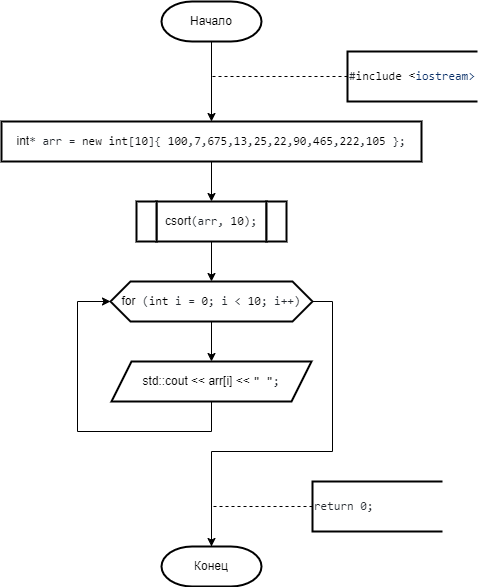
Above: 2 Семестр/Labs/№9 Сложные сортировки быстрая (Хоара), слиянием, подсчетом, блочная, Шелла/Слиянием.png in IlyaFedoseev227/LABS-PNRPU-IVT-22-1b (draw.io), before the change. Source tidied: cells renumbered, new cells last; positions are measured from the earlier drawing's top-left corner, leaving out a move shared by most shapes.
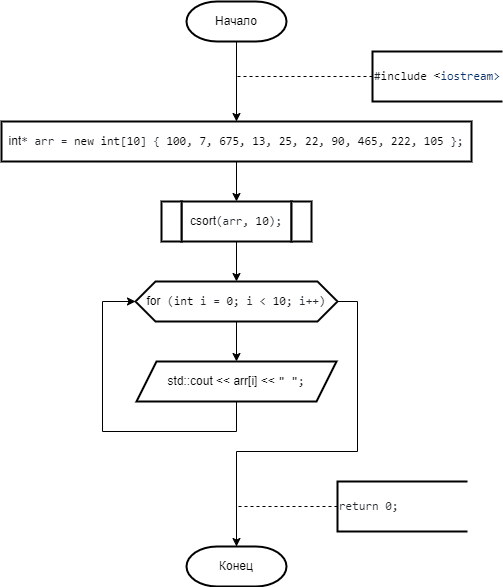
The same file after the commit.

What changed in the source:
```diff
@@ -21,8 +21,8 @@
     <mxCell id="6" style="edgeStyle=orthogonalEdgeStyle;rounded=0;jettySize=auto;html=1;exitX=0.5;exitY=1;exitDx=0;exitDy=0;entryX=0.5;entryY=0;entryDx=0;entryDy=0;" parent="1" edge="1" source="7" target="9">
       <mxGeometry relative="1" as="geometry" />
     </mxCell>
-    <mxCell id="7" value="&lt;div style=&quot;text-align: start;&quot;&gt;int&lt;span style=&quot;color: rgb(36, 41, 47); font-family: ui-monospace, SFMono-Regular, &amp;quot;SF Mono&amp;quot;, Menlo, Consolas, &amp;quot;Liberation Mono&amp;quot;, monospace; background-color: rgb(255, 255, 255);&quot;&gt;* arr = &lt;/span&gt;&lt;span style=&quot;box-sizing: border-box; color: var(--color-prettylights-syntax-keyword); font-family: ui-monospace, SFMono-Regular, &amp;quot;SF Mono&amp;quot;, Menlo, Consolas, &amp;quot;Liberation Mono&amp;quot;, monospace; background-color: rgb(255, 255, 255);&quot; class=&quot;pl-k&quot;&gt;new&lt;/span&gt;&lt;span style=&quot;color: rgb(36, 41, 47); font-family: ui-monospace, SFMono-Regular, &amp;quot;SF Mono&amp;quot;, Menlo, Consolas, &amp;quot;Liberation Mono&amp;quot;, monospace; background-color: rgb(255, 255, 255);&quot;&gt; &lt;/span&gt;&lt;span style=&quot;box-sizing: border-box; color: var(--color-prettylights-syntax-keyword); font-family: ui-monospace, SFMono-Regular, &amp;quot;SF Mono&amp;quot;, Menlo, Consolas, &amp;quot;Liberation Mono&amp;quot;, monospace; background-color: rgb(255, 255, 255);&quot; class=&quot;pl-k&quot;&gt;int&lt;/span&gt;&lt;span style=&quot;color: rgb(36, 41, 47); font-family: ui-monospace, SFMono-Regular, &amp;quot;SF Mono&amp;quot;, Menlo, Consolas, &amp;quot;Liberation Mono&amp;quot;, monospace; background-color: rgb(255, 255, 255);&quot;&gt;[&lt;/span&gt;&lt;span style=&quot;box-sizing: border-box; color: var(--color-prettylights-syntax-constant); font-family: ui-monospace, SFMono-Regular, &amp;quot;SF Mono&amp;quot;, Menlo, Consolas, &amp;quot;Liberation Mono&amp;quot;, monospace; background-color: rgb(255, 255, 255);&quot; class=&quot;pl-c1&quot;&gt;10&lt;/span&gt;&lt;span style=&quot;color: rgb(36, 41, 47); font-family: ui-monospace, SFMono-Regular, &amp;quot;SF Mono&amp;quot;, Menlo, Consolas, &amp;quot;Liberation Mono&amp;quot;, monospace; background-color: rgb(255, 255, 255);&quot;&gt;]{ &lt;/span&gt;&lt;span style=&quot;box-sizing: border-box; color: var(--color-prettylights-syntax-constant); font-family: ui-monospace, SFMono-Regular, &amp;quot;SF Mono&amp;quot;, Menlo, Consolas, &amp;quot;Liberation Mono&amp;quot;, monospace; background-color: rgb(255, 255, 255);&quot; class=&quot;pl-c1&quot;&gt;100&lt;/span&gt;&lt;span style=&quot;color: rgb(36, 41, 47); font-family: ui-monospace, SFMono-Regular, &amp;quot;SF Mono&amp;quot;, Menlo, Consolas, &amp;quot;Liberation Mono&amp;quot;, monospace; background-color: rgb(255, 255, 255);&quot;&gt;,&lt;/span&gt;&lt;span style=&quot;box-sizing: border-box; color: var(--color-prettylights-syntax-constant); font-family: ui-monospace, SFMono-Regular, &amp;quot;SF Mono&amp;quot;, Menlo, Consolas, &amp;quot;Liberation Mono&amp;quot;, monospace; background-color: rgb(255, 255, 255);&quot; class=&quot;pl-c1&quot;&gt;7&lt;/span&gt;&lt;span style=&quot;color: rgb(36, 41, 47); font-family: ui-monospace, SFMono-Regular, &amp;quot;SF Mono&amp;quot;, Menlo, Consolas, &amp;quot;Liberation Mono&amp;quot;, monospace; background-color: rgb(255, 255, 255);&quot;&gt;,&lt;/span&gt;&lt;span style=&quot;box-sizing: border-box; color: var(--color-prettylights-syntax-constant); font-family: ui-monospace, SFMono-Regular, &amp;quot;SF Mono&amp;quot;, Menlo, Consolas, &amp;quot;Liberation Mono&amp;quot;, monospace; background-color: rgb(255, 255, 255);&quot; class=&quot;pl-c1&quot;&gt;675&lt;/span&gt;&lt;span style=&quot;color: rgb(36, 41, 47); font-family: ui-monospace, SFMono-Regular, &amp;quot;SF Mono&amp;quot;, Menlo, Consolas, &amp;quot;Liberation Mono&amp;quot;, monospace; background-color: rgb(255, 255, 255);&quot;&gt;,&lt;/span&gt;&lt;span style=&quot;box-sizing: border-box; color: var(--color-prettylights-syntax-constant); font-family: ui-monospace, SFMono-Regular, &amp;quot;SF Mono&amp;quot;, Menlo, Consolas, &amp;quot;Liberation Mono&amp;quot;, monospace; background-color: rgb(255, 255, 255);&quot; class=&quot;pl-c1&quot;&gt;13&lt;/span&gt;&lt;span style=&quot;color: rgb(36, 41, 47); font-family: ui-monospace, SFMono-Regular, &amp;quot;SF Mono&amp;quot;, Menlo, Consolas, &amp;quot;Liberation Mono&amp;quot;, monospace; background-color: rgb(255, 255, 255);&quot;&gt;,&lt;/span&gt;&lt;span style=&quot;box-sizing: border-box; color: var(--color-prettylights-syntax-constant); font-family: ui-monospace, SFMono-Regular, &amp;quot;SF Mono&amp;quot;, Menlo, Consolas, &amp;quot;Liberation Mono&amp;quot;, monospace; background-color: rgb(255, 255, 255);&quot; class=&quot;pl-c1&quot;&gt;25&lt;/span&gt;&lt;span style=&quot;color: rgb(36, 41, 47); font-family: ui-monospace, SFMono-Regular, &amp;quot;SF Mono&amp;quot;, Menlo, Consolas, &amp;quot;Liberation Mono&amp;quot;, monospace; background-color: rgb(255, 255, 255);&quot;&gt;,&lt;/span&gt;&lt;span style=&quot;box-sizing: border-box; color: var(--color-prettylights-syntax-constant); font-family: ui-monospace, SFMono-Regular, &amp;quot;SF Mono&amp;quot;, Menlo, Consolas, &amp;quot;Liberation Mono&amp;quot;, monospace; background-color: rgb(255, 255, 255);&quot; class=&quot;pl-c1&quot;&gt;22&lt;/span&gt;&lt;span style=&quot;color: rgb(36, 41, 47); font-family: ui-monospace, SFMono-Regular, &amp;quot;SF Mono&amp;quot;, Menlo, Consolas, &amp;quot;Liberation Mono&amp;quot;, monospace; background-color: rgb(255, 255, 255);&quot;&gt;,&lt;/span&gt;&lt;span style=&quot;box-sizing: border-box; color: var(--color-prettylights-syntax-constant); font-family: ui-monospace, SFMono-Regular, &amp;quot;SF Mono&amp;quot;, Menlo, Consolas, &amp;quot;Liberation Mono&amp;quot;, monospace; background-color: rgb(255, 255, 255);&quot; class=&quot;pl-c1&quot;&gt;90&lt;/span&gt;&lt;span style=&quot;color: rgb(36, 41, 47); font-family: ui-monospace, SFMono-Regular, &amp;quot;SF Mono&amp;quot;, Menlo, Consolas, &amp;quot;Liberation Mono&amp;quot;, monospace; background-color: rgb(255, 255, 255);&quot;&gt;,&lt;/span&gt;&lt;span style=&quot;box-sizing: border-box; color: var(--color-prettylights-syntax-constant); font-family: ui-monospace, SFMono-Regular, &amp;quot;SF Mono&amp;quot;, Menlo, Consolas, &amp;quot;Liberation Mono&amp;quot;, monospace; background-color: rgb(255, 255, 255);&quot; class=&quot;pl-c1&quot;&gt;465&lt;/span&gt;&lt;span style=&quot;color: rgb(36, 41, 47); font-family: ui-monospace, SFMono-Regular, &amp;quot;SF Mono&amp;quot;, Menlo, Consolas, &amp;quot;Liberation Mono&amp;quot;, monospace; background-color: rgb(255, 255, 255);&quot;&gt;,&lt;/span&gt;&lt;span style=&quot;box-sizing: border-box; color: var(--color-prettylights-syntax-constant); font-family: ui-monospace, SFMono-Regular, &amp;quot;SF Mono&amp;quot;, Menlo, Consolas, &amp;quot;Liberation Mono&amp;quot;, monospace; background-color: rgb(255, 255, 255);&quot; class=&quot;pl-c1&quot;&gt;222&lt;/span&gt;&lt;span style=&quot;color: rgb(36, 41, 47); font-family: ui-monospace, SFMono-Regular, &amp;quot;SF Mono&amp;quot;, Menlo, Consolas, &amp;quot;Liberation Mono&amp;quot;, monospace; background-color: rgb(255, 255, 255);&quot;&gt;,&lt;/span&gt;&lt;span style=&quot;box-sizing: border-box; color: var(--color-prettylights-syntax-constant); font-family: ui-monospace, SFMono-Regular, &amp;quot;SF Mono&amp;quot;, Menlo, Consolas, &amp;quot;Liberation Mono&amp;quot;, monospace; background-color: rgb(255, 255, 255);&quot; class=&quot;pl-c1&quot;&gt;105&lt;/span&gt;&lt;span style=&quot;color: rgb(36, 41, 47); font-family: ui-monospace, SFMono-Regular, &amp;quot;SF Mono&amp;quot;, Menlo, Consolas, &amp;quot;Liberation Mono&amp;quot;, monospace; background-color: rgb(255, 255, 255);&quot;&gt; };&lt;/span&gt;&lt;br&gt;&lt;/div&gt;" style="shape=parallelogram;perimeter=parallelogramPerimeter;whiteSpace=wrap;html=1;fixedSize=1;strokeWidth=2;size=-6;" parent="1" vertex="1">
-      <mxGeometry y="120" width="420" height="40" as="geometry" />
+    <mxCell id="7" value="&lt;div style=&quot;text-align: start;&quot;&gt;int&lt;span style=&quot;color: rgb(36, 41, 47); font-family: ui-monospace, SFMono-Regular, &amp;quot;SF Mono&amp;quot;, Menlo, Consolas, &amp;quot;Liberation Mono&amp;quot;, monospace; background-color: rgb(255, 255, 255);&quot;&gt;* arr = &lt;/span&gt;&lt;span style=&quot;box-sizing: border-box; color: var(--color-prettylights-syntax-keyword); font-family: ui-monospace, SFMono-Regular, &amp;quot;SF Mono&amp;quot;, Menlo, Consolas, &amp;quot;Liberation Mono&amp;quot;, monospace; background-color: rgb(255, 255, 255);&quot; class=&quot;pl-k&quot;&gt;new&lt;/span&gt;&lt;span style=&quot;color: rgb(36, 41, 47); font-family: ui-monospace, SFMono-Regular, &amp;quot;SF Mono&amp;quot;, Menlo, Consolas, &amp;quot;Liberation Mono&amp;quot;, monospace; background-color: rgb(255, 255, 255);&quot;&gt; &lt;/span&gt;&lt;span style=&quot;box-sizing: border-box; color: var(--color-prettylights-syntax-keyword); font-family: ui-monospace, SFMono-Regular, &amp;quot;SF Mono&amp;quot;, Menlo, Consolas, &amp;quot;Liberation Mono&amp;quot;, monospace; background-color: rgb(255, 255, 255);&quot; class=&quot;pl-k&quot;&gt;int&lt;/span&gt;&lt;span style=&quot;color: rgb(36, 41, 47); font-family: ui-monospace, SFMono-Regular, &amp;quot;SF Mono&amp;quot;, Menlo, Consolas, &amp;quot;Liberation Mono&amp;quot;, monospace; background-color: rgb(255, 255, 255);&quot;&gt;[&lt;/span&gt;&lt;span style=&quot;box-sizing: border-box; color: var(--color-prettylights-syntax-constant); font-family: ui-monospace, SFMono-Regular, &amp;quot;SF Mono&amp;quot;, Menlo, Consolas, &amp;quot;Liberation Mono&amp;quot;, monospace; background-color: rgb(255, 255, 255);&quot; class=&quot;pl-c1&quot;&gt;10&lt;/span&gt;&lt;span style=&quot;color: rgb(36, 41, 47); font-family: ui-monospace, SFMono-Regular, &amp;quot;SF Mono&amp;quot;, Menlo, Consolas, &amp;quot;Liberation Mono&amp;quot;, monospace; background-color: rgb(255, 255, 255);&quot;&gt;] { &lt;/span&gt;&lt;span style=&quot;box-sizing: border-box; color: var(--color-prettylights-syntax-constant); font-family: ui-monospace, SFMono-Regular, &amp;quot;SF Mono&amp;quot;, Menlo, Consolas, &amp;quot;Liberation Mono&amp;quot;, monospace; background-color: rgb(255, 255, 255);&quot; class=&quot;pl-c1&quot;&gt;100&lt;/span&gt;&lt;span style=&quot;color: rgb(36, 41, 47); font-family: ui-monospace, SFMono-Regular, &amp;quot;SF Mono&amp;quot;, Menlo, Consolas, &amp;quot;Liberation Mono&amp;quot;, monospace; background-color: rgb(255, 255, 255);&quot;&gt;, &lt;/span&gt;&lt;span style=&quot;box-sizing: border-box; color: var(--color-prettylights-syntax-constant); font-family: ui-monospace, SFMono-Regular, &amp;quot;SF Mono&amp;quot;, Menlo, Consolas, &amp;quot;Liberation Mono&amp;quot;, monospace; background-color: rgb(255, 255, 255);&quot; class=&quot;pl-c1&quot;&gt;7&lt;/span&gt;&lt;span style=&quot;color: rgb(36, 41, 47); font-family: ui-monospace, SFMono-Regular, &amp;quot;SF Mono&amp;quot;, Menlo, Consolas, &amp;quot;Liberation Mono&amp;quot;, monospace; background-color: rgb(255, 255, 255);&quot;&gt;, &lt;/span&gt;&lt;span style=&quot;box-sizing: border-box; color: var(--color-prettylights-syntax-constant); font-family: ui-monospace, SFMono-Regular, &amp;quot;SF Mono&amp;quot;, Menlo, Consolas, &amp;quot;Liberation Mono&amp;quot;, monospace; background-color: rgb(255, 255, 255);&quot; class=&quot;pl-c1&quot;&gt;675&lt;/span&gt;&lt;span style=&quot;color: rgb(36, 41, 47); font-family: ui-monospace, SFMono-Regular, &amp;quot;SF Mono&amp;quot;, Menlo, Consolas, &amp;quot;Liberation Mono&amp;quot;, monospace; background-color: rgb(255, 255, 255);&quot;&gt;, &lt;/span&gt;&lt;span style=&quot;box-sizing: border-box; color: var(--color-prettylights-syntax-constant); font-family: ui-monospace, SFMono-Regular, &amp;quot;SF Mono&amp;quot;, Menlo, Consolas, &amp;quot;Liberation Mono&amp;quot;, monospace; background-color: rgb(255, 255, 255);&quot; class=&quot;pl-c1&quot;&gt;13&lt;/span&gt;&lt;span style=&quot;color: rgb(36, 41, 47); font-family: ui-monospace, SFMono-Regular, &amp;quot;SF Mono&amp;quot;, Menlo, Consolas, &amp;quot;Liberation Mono&amp;quot;, monospace; background-color: rgb(255, 255, 255);&quot;&gt;, &lt;/span&gt;&lt;span style=&quot;box-sizing: border-box; color: var(--color-prettylights-syntax-constant); font-family: ui-monospace, SFMono-Regular, &amp;quot;SF Mono&amp;quot;, Menlo, Consolas, &amp;quot;Liberation Mono&amp;quot;, monospace; background-color: rgb(255, 255, 255);&quot; class=&quot;pl-c1&quot;&gt;25&lt;/span&gt;&lt;span style=&quot;color: rgb(36, 41, 47); font-family: ui-monospace, SFMono-Regular, &amp;quot;SF Mono&amp;quot;, Menlo, Consolas, &amp;quot;Liberation Mono&amp;quot;, monospace; background-color: rgb(255, 255, 255);&quot;&gt;, &lt;/span&gt;&lt;span style=&quot;box-sizing: border-box; color: var(--color-prettylights-syntax-constant); font-family: ui-monospace, SFMono-Regular, &amp;quot;SF Mono&amp;quot;, Menlo, Consolas, &amp;quot;Liberation Mono&amp;quot;, monospace; background-color: rgb(255, 255, 255);&quot; class=&quot;pl-c1&quot;&gt;22&lt;/span&gt;&lt;span style=&quot;color: rgb(36, 41, 47); font-family: ui-monospace, SFMono-Regular, &amp;quot;SF Mono&amp;quot;, Menlo, Consolas, &amp;quot;Liberation Mono&amp;quot;, monospace; background-color: rgb(255, 255, 255);&quot;&gt;, &lt;/span&gt;&lt;span style=&quot;box-sizing: border-box; color: var(--color-prettylights-syntax-constant); font-family: ui-monospace, SFMono-Regular, &amp;quot;SF Mono&amp;quot;, Menlo, Consolas, &amp;quot;Liberation Mono&amp;quot;, monospace; background-color: rgb(255, 255, 255);&quot; class=&quot;pl-c1&quot;&gt;90&lt;/span&gt;&lt;span style=&quot;color: rgb(36, 41, 47); font-family: ui-monospace, SFMono-Regular, &amp;quot;SF Mono&amp;quot;, Menlo, Consolas, &amp;quot;Liberation Mono&amp;quot;, monospace; background-color: rgb(255, 255, 255);&quot;&gt;, &lt;/span&gt;&lt;span style=&quot;box-sizing: border-box; color: var(--color-prettylights-syntax-constant); font-family: ui-monospace, SFMono-Regular, &amp;quot;SF Mono&amp;quot;, Menlo, Consolas, &amp;quot;Liberation Mono&amp;quot;, monospace; background-color: rgb(255, 255, 255);&quot; class=&quot;pl-c1&quot;&gt;465&lt;/span&gt;&lt;span style=&quot;color: rgb(36, 41, 47); font-family: ui-monospace, SFMono-Regular, &amp;quot;SF Mono&amp;quot;, Menlo, Consolas, &amp;quot;Liberation Mono&amp;quot;, monospace; background-color: rgb(255, 255, 255);&quot;&gt;, &lt;/span&gt;&lt;span style=&quot;box-sizing: border-box; color: var(--color-prettylights-syntax-constant); font-family: ui-monospace, SFMono-Regular, &amp;quot;SF Mono&amp;quot;, Menlo, Consolas, &amp;quot;Liberation Mono&amp;quot;, monospace; background-color: rgb(255, 255, 255);&quot; class=&quot;pl-c1&quot;&gt;222&lt;/span&gt;&lt;span style=&quot;color: rgb(36, 41, 47); font-family: ui-monospace, SFMono-Regular, &amp;quot;SF Mono&amp;quot;, Menlo, Consolas, &amp;quot;Liberation Mono&amp;quot;, monospace; background-color: rgb(255, 255, 255);&quot;&gt;, &lt;/span&gt;&lt;span style=&quot;box-sizing: border-box; color: var(--color-prettylights-syntax-constant); font-family: ui-monospace, SFMono-Regular, &amp;quot;SF Mono&amp;quot;, Menlo, Consolas, &amp;quot;Liberation Mono&amp;quot;, monospace; background-color: rgb(255, 255, 255);&quot; class=&quot;pl-c1&quot;&gt;105&lt;/span&gt;&lt;span style=&quot;color: rgb(36, 41, 47); font-family: ui-monospace, SFMono-Regular, &amp;quot;SF Mono&amp;quot;, Menlo, Consolas, &amp;quot;Liberation Mono&amp;quot;, monospace; background-color: rgb(255, 255, 255);&quot;&gt; };&lt;/span&gt;&lt;br&gt;&lt;/div&gt;" style="shape=parallelogram;perimeter=parallelogramPerimeter;whiteSpace=wrap;html=1;fixedSize=1;strokeWidth=2;size=-6;" parent="1" vertex="1">
+      <mxGeometry x="-25" y="120" width="470" height="40" as="geometry" />
     </mxCell>
     <mxCell id="8" style="edgeStyle=orthogonalEdgeStyle;rounded=0;jettySize=auto;html=1;exitX=0.5;exitY=1;exitDx=0;exitDy=0;entryX=0.5;entryY=0;entryDx=0;entryDy=0;" parent="1" edge="1" source="9" target="14">
       <mxGeometry relative="1" as="geometry" />
```
